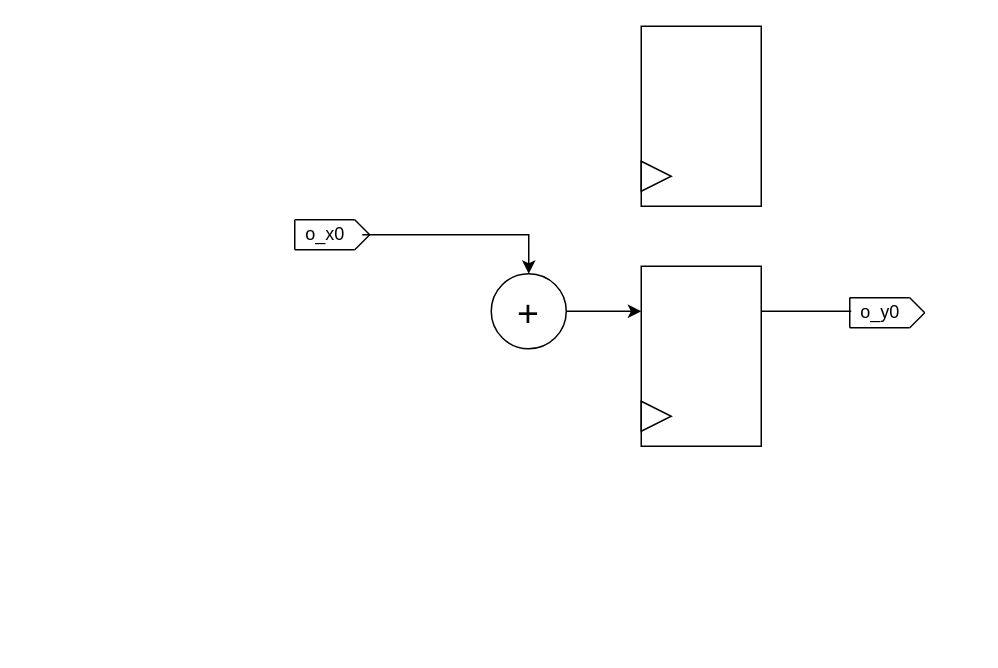
Earlier version of the draw.io diagram codigos/GP01/ej3/Untitled Diagram.drawio (ingenieriaam/DDA). Source tidied: cells renumbered, new cells numbered last; positions are measured from the earlier drawing's top-left corner, leaving out a move shared by most shapes. Both pictures are drawn from the tidied source at 150%, with x=0, y=0 at pixel (286, 26).
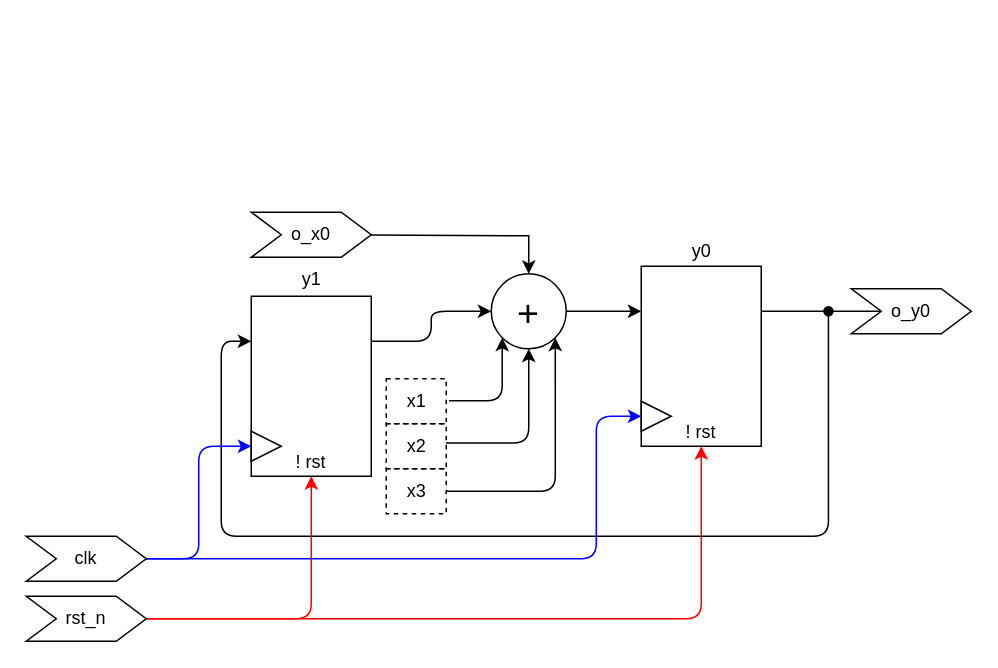
After the change.

The change refers to these unchanged cells:
```xml
<mxCell id="4" style="triangle;whiteSpace=wrap;html=1;" parent="2" vertex="1">
  <mxGeometry y="90" width="20" height="20" as="geometry" />
</mxCell>
<mxCell id="5" style="group;" parent="1" vertex="1">
  <mxGeometry x="236" y="160" width="80" height="120" as="geometry" />
</mxCell>
<mxCell id="7" style="triangle;whiteSpace=wrap;html=1;" parent="5" vertex="1">
  <mxGeometry y="90" width="20" height="20" as="geometry" />
</mxCell>
```

What changed in the source:
```diff
@@
     <mxCell id="2" style="group;" parent="1" vertex="1">
-      <mxGeometry x="236" width="80" height="120" as="geometry" />
+      <mxGeometry x="-24" y="180" width="80" height="120" as="geometry" />
     </mxCell>
-    <mxCell id="3" style="rounded=0;whiteSpace=wrap;html=1;" parent="2" vertex="1">
+    <mxCell id="3" value="&lt;br&gt;&lt;br&gt;&lt;br&gt;&lt;br&gt;&lt;br&gt;&lt;br&gt;&lt;br&gt;! rst" style="rounded=0;whiteSpace=wrap;html=1;" parent="2" vertex="1">
       <mxGeometry width="80" height="120" as="geometry" />
     </mxCell>
@@
-    <mxCell id="6" style="rounded=0;whiteSpace=wrap;html=1;" parent="5" vertex="1">
+    <mxCell id="6" value="&lt;br&gt;&lt;br&gt;&lt;br&gt;&lt;br&gt;&lt;br&gt;&lt;br&gt;&lt;br&gt;! rst" style="rounded=0;whiteSpace=wrap;html=1;" parent="5" vertex="1">
       <mxGeometry width="80" height="120" as="geometry" />
     </mxCell>
@@
-    <mxCell id="8" style="edgeStyle=orthogonalEdgeStyle;rounded=0;jettySize=auto;html=1;exitX=1;exitY=0.25;exitDx=0;exitDy=0;endArrow=none;endFill=0;" parent="1" edge="1" source="6">
-      <mxGeometry relative="1" as="geometry">
-        <mxPoint x="376" y="190" as="targetPoint" />
-      </mxGeometry>
+    <mxCell id="8" style="edgeStyle=orthogonalEdgeStyle;rounded=0;jettySize=auto;html=1;exitX=1;exitY=0.25;exitDx=0;exitDy=0;endArrow=none;endFill=0;entryX=0;entryY=0.5;entryDx=0;entryDy=0;" parent="1" edge="1" source="6" target="16">
+      <mxGeometry relative="1" as="geometry" />
     </mxCell>
-    <mxCell id="9" style="group;" parent="1" vertex="1">
-      <mxGeometry x="370" y="176" width="55" height="30" as="geometry" />
-    </mxCell>
-    <mxCell id="10" style="group;" parent="9" vertex="1">
-      <mxGeometry x="5" y="5" width="50" height="20" as="geometry" />
-    </mxCell>
-    <mxCell id="11" style="endArrow=none;html=1;rounded=0;" parent="10" edge="1">
-      <mxGeometry relative="1" as="geometry">
-        <mxPoint as="sourcePoint" />
-        <mxPoint x="40" as="targetPoint" />
-      </mxGeometry>
-    </mxCell>
-    <mxCell id="12" style="endArrow=none;html=1;rounded=0;" parent="10" edge="1">
-      <mxGeometry relative="1" as="geometry">
-        <mxPoint y="20" as="sourcePoint" />
-        <mxPoint x="40" y="20" as="targetPoint" />
-      </mxGeometry>
-    </mxCell>
-    <mxCell id="13" style="endArrow=none;html=1;rounded=0;" parent="10" edge="1">
-      <mxGeometry relative="1" as="geometry">
-        <mxPoint x="50" y="10" as="sourcePoint" />
-        <mxPoint x="40" as="targetPoint" />
-      </mxGeometry>
-    </mxCell>
-    <mxCell id="14" style="endArrow=none;html=1;rounded=0;" parent="10" edge="1">
-      <mxGeometry relative="1" as="geometry">
-        <mxPoint x="40" y="20" as="sourcePoint" />
-        <mxPoint x="50" y="10" as="targetPoint" />
-      </mxGeometry>
-    </mxCell>
-    <mxCell id="15" style="endArrow=none;html=1;rounded=0;" parent="10" edge="1">
-      <mxGeometry relative="1" as="geometry">
-        <mxPoint y="20" as="sourcePoint" />
-        <mxPoint as="targetPoint" />
-      </mxGeometry>
-    </mxCell>
+    <mxCell id="17" style="edgeStyle=orthogonalEdgeStyle;rounded=0;jettySize=auto;html=1;exitX=1;exitY=0.5;exitDx=0;exitDy=0;endArrow=classic;endFill=1;entryX=0;entryY=0.25;entryDx=0;entryDy=0;" parent="1" edge="1" source="18" target="6">
+      <mxGeometry relative="1" as="geometry" />
+    </mxCell>
+    <mxCell id="28" style="edgeStyle=orthogonalEdgeStyle;rounded=1;jettySize=auto;html=1;exitX=0.5;exitY=1;exitDx=0;exitDy=0;fontSize=12;startArrow=classic;startFill=1;endArrow=none;endFill=0;elbow=vertical;entryX=0.995;entryY=0.427;entryDx=0;entryDy=0;entryPerimeter=0;" parent="1" edge="1" source="18" target="35">
+      <mxGeometry relative="1" as="geometry" />
+    </mxCell>
+    <mxCell id="29" style="rounded=1;jettySize=auto;html=1;exitX=0;exitY=1;exitDx=0;exitDy=0;fontSize=12;startArrow=classic;startFill=1;endArrow=none;endFill=0;elbow=vertical;edgeStyle=orthogonalEdgeStyle;entryX=1.045;entryY=0.487;entryDx=0;entryDy=0;entryPerimeter=0;" parent="1" edge="1" source="18" target="34">
+      <mxGeometry relative="1" as="geometry">
+        <Array as="points">
+          <mxPoint x="143" y="250" />
+        </Array>
+      </mxGeometry>
+    </mxCell>
+    <mxCell id="18" value="&lt;font style=&quot;font-size: 25px;&quot;&gt;+&lt;/font&gt;" style="ellipse;whiteSpace=wrap;html=1;" parent="1" vertex="1">
+      <mxGeometry x="136" y="165" width="50" height="50" as="geometry" />
+    </mxCell>
+    <mxCell id="27" style="edgeStyle=orthogonalEdgeStyle;rounded=0;jettySize=auto;html=1;entryX=0.5;entryY=0;entryDx=0;entryDy=0;fontSize=12;endArrow=classic;endFill=1;exitX=1.08;exitY=0.507;exitDx=0;exitDy=0;exitPerimeter=0;" parent="1" edge="1" target="18">
+      <mxGeometry relative="1" as="geometry">
+        <mxPoint x="54" y="139.2" as="sourcePoint" />
+      </mxGeometry>
+    </mxCell>
+    <mxCell id="30" value="y0" style="text;html=1;align=center;verticalAlign=middle;strokeColor=none;fillColor=none;fontSize=12;" parent="1" vertex="1">
+      <mxGeometry x="256" y="135" width="40" height="30" as="geometry" />
+    </mxCell>
+    <mxCell id="31" value="y1" style="text;html=1;align=center;verticalAlign=middle;strokeColor=none;fillColor=none;fontSize=12;" parent="1" vertex="1">
+      <mxGeometry x="-4" y="154" width="40" height="30" as="geometry" />
+    </mxCell>
+    <mxCell id="32" style="edgeStyle=orthogonalEdgeStyle;rounded=1;jettySize=auto;html=1;exitX=1;exitY=0.25;exitDx=0;exitDy=0;entryX=0;entryY=0.5;entryDx=0;entryDy=0;fontSize=12;endArrow=classic;endFill=1;elbow=vertical;" parent="1" edge="1" source="3" target="18">
+      <mxGeometry relative="1" as="geometry" />
+    </mxCell>
+    <mxCell id="33" style="edgeStyle=orthogonalEdgeStyle;rounded=1;jettySize=auto;html=1;exitX=0;exitY=0.25;exitDx=0;exitDy=0;fontSize=12;endArrow=oval;endFill=1;startArrow=classic;startFill=1;" parent="1" edge="1" source="3">
+      <mxGeometry relative="1" as="geometry">
+        <mxPoint x="360.8" y="190" as="targetPoint" />
+        <Array as="points">
+          <mxPoint x="-44" y="210" />
+          <mxPoint x="-44" y="340" />
+          <mxPoint x="361" y="340" />
+        </Array>
+      </mxGeometry>
+    </mxCell>
+    <mxCell id="26" value="o_x0" style="shape=step;perimeter=stepPerimeter;whiteSpace=wrap;html=1;fixedSize=1;fontSize=12;" parent="1" vertex="1">
+      <mxGeometry x="-24" y="124" width="80" height="30" as="geometry" />
+    </mxCell>
-    <mxCell id="16" value="o_y0" style="text;html=1;align=center;verticalAlign=middle;points=[];strokeColor=none;fillColor=none;" parent="9" vertex="1">
-      <mxGeometry width="50" height="30" as="geometry" />
+    <mxCell id="16" value="o_y0" style="shape=step;perimeter=stepPerimeter;whiteSpace=wrap;html=1;fixedSize=1;fontSize=12;" parent="1" vertex="1">
+      <mxGeometry x="376" y="175" width="80" height="30" as="geometry" />
     </mxCell>
-    <mxCell id="17" style="edgeStyle=orthogonalEdgeStyle;rounded=0;jettySize=auto;html=1;exitX=1;exitY=0.5;exitDx=0;exitDy=0;endArrow=classic;endFill=1;entryX=0;entryY=0.25;entryDx=0;entryDy=0;" parent="1" edge="1" source="18" target="6">
-      <mxGeometry relative="1" as="geometry" />
-    </mxCell>
-    <mxCell id="18" value="&lt;font style=&quot;font-size: 25px;&quot;&gt;+&lt;/font&gt;" style="ellipse;whiteSpace=wrap;html=1;" parent="1" vertex="1">
-      <mxGeometry x="136" y="165" width="50" height="50" as="geometry" />
-    </mxCell>
-    <mxCell id="19" style="group;" parent="1" vertex="1">
-      <mxGeometry y="124" width="55" height="30" as="geometry" />
-    </mxCell>
-    <mxCell id="20" style="group;" parent="19" vertex="1">
-      <mxGeometry x="5" y="5" width="50" height="20" as="geometry" />
-    </mxCell>
-    <mxCell id="21" style="endArrow=none;html=1;rounded=0;" parent="20" edge="1">
-      <mxGeometry relative="1" as="geometry">
-        <mxPoint as="sourcePoint" />
-        <mxPoint x="40" as="targetPoint" />
-      </mxGeometry>
-    </mxCell>
-    <mxCell id="22" style="endArrow=none;html=1;rounded=0;" parent="20" edge="1">
-      <mxGeometry relative="1" as="geometry">
-        <mxPoint y="20" as="sourcePoint" />
-        <mxPoint x="40" y="20" as="targetPoint" />
-      </mxGeometry>
-    </mxCell>
-    <mxCell id="23" style="endArrow=none;html=1;rounded=0;" parent="20" edge="1">
-      <mxGeometry relative="1" as="geometry">
-        <mxPoint x="50" y="10" as="sourcePoint" />
-        <mxPoint x="40" as="targetPoint" />
-      </mxGeometry>
-    </mxCell>
-    <mxCell id="24" style="endArrow=none;html=1;rounded=0;" parent="20" edge="1">
-      <mxGeometry relative="1" as="geometry">
-        <mxPoint x="40" y="20" as="sourcePoint" />
-        <mxPoint x="50" y="10" as="targetPoint" />
-      </mxGeometry>
-    </mxCell>
-    <mxCell id="25" style="endArrow=none;html=1;rounded=0;" parent="20" edge="1">
-      <mxGeometry relative="1" as="geometry">
-        <mxPoint y="20" as="sourcePoint" />
-        <mxPoint as="targetPoint" />
-      </mxGeometry>
-    </mxCell>
-    <mxCell id="26" value="o_x0" style="text;html=1;align=center;verticalAlign=middle;points=[];strokeColor=none;fillColor=none;" parent="19" vertex="1">
-      <mxGeometry width="50" height="30" as="geometry" />
-    </mxCell>
-    <mxCell id="27" style="edgeStyle=orthogonalEdgeStyle;rounded=0;jettySize=auto;html=1;entryX=0.5;entryY=0;entryDx=0;entryDy=0;fontSize=12;endArrow=classic;endFill=1;" parent="1" edge="1" source="26" target="18">
-      <mxGeometry relative="1" as="geometry" />
-    </mxCell>
+    <mxCell id="34" value="x1" style="text;html=1;align=center;verticalAlign=middle;points=[];strokeColor=default;fillColor=none;fontSize=12;dashed=1;" parent="1" vertex="1">
+      <mxGeometry x="66" y="235" width="40" height="30" as="geometry" />
+    </mxCell>
+    <mxCell id="35" value="x2" style="text;html=1;align=center;verticalAlign=middle;points=[];strokeColor=default;fillColor=none;fontSize=12;dashed=1;" parent="1" vertex="1">
+      <mxGeometry x="66" y="265" width="40" height="30" as="geometry" />
+    </mxCell>
+    <mxCell id="36" style="edgeStyle=orthogonalEdgeStyle;rounded=1;jettySize=auto;html=1;entryX=1;entryY=1;entryDx=0;entryDy=0;strokeColor=#000000;fontSize=12;startArrow=none;startFill=0;endArrow=classic;endFill=1;elbow=vertical;" parent="1" edge="1" source="37" target="18">
+      <mxGeometry relative="1" as="geometry" />
+    </mxCell>
+    <mxCell id="37" value="x3" style="text;html=1;align=center;verticalAlign=middle;points=[];strokeColor=default;fillColor=none;fontSize=12;dashed=1;" parent="1" vertex="1">
+      <mxGeometry x="66" y="295" width="40" height="30" as="geometry" />
+    </mxCell>
+    <mxCell id="38" style="edgeStyle=orthogonalEdgeStyle;rounded=1;jettySize=auto;html=1;exitX=1;exitY=0.5;exitDx=0;exitDy=0;entryX=0;entryY=0.5;entryDx=0;entryDy=0;fontSize=12;startArrow=none;startFill=0;endArrow=classic;endFill=1;elbow=vertical;strokeColor=#0000FF;" parent="1" edge="1" source="40" target="4">
+      <mxGeometry relative="1" as="geometry" />
+    </mxCell>
+    <mxCell id="39" style="edgeStyle=orthogonalEdgeStyle;rounded=1;jettySize=auto;html=1;exitX=1;exitY=0.5;exitDx=0;exitDy=0;entryX=0;entryY=0.5;entryDx=0;entryDy=0;fontSize=12;startArrow=none;startFill=0;endArrow=classic;endFill=1;elbow=vertical;strokeColor=#0000FF;" parent="1" edge="1" source="40" target="7">
+      <mxGeometry relative="1" as="geometry">
+        <Array as="points">
+          <mxPoint x="206" y="355" />
+          <mxPoint x="206" y="260" />
+        </Array>
+      </mxGeometry>
+    </mxCell>
+    <mxCell id="40" value="clk" style="shape=step;perimeter=stepPerimeter;whiteSpace=wrap;html=1;fixedSize=1;fontSize=12;" parent="1" vertex="1">
+      <mxGeometry x="-174" y="340" width="80" height="30" as="geometry" />
+    </mxCell>
+    <mxCell id="41" style="edgeStyle=orthogonalEdgeStyle;rounded=1;jettySize=auto;html=1;exitX=1;exitY=0.5;exitDx=0;exitDy=0;strokeColor=#FF0000;fontSize=12;startArrow=none;startFill=0;endArrow=classic;endFill=1;elbow=vertical;entryX=0.5;entryY=1;entryDx=0;entryDy=0;" parent="1" edge="1" source="43" target="3">
+      <mxGeometry relative="1" as="geometry" />
+    </mxCell>
+    <mxCell id="42" style="edgeStyle=orthogonalEdgeStyle;rounded=1;jettySize=auto;html=1;exitX=1;exitY=0.5;exitDx=0;exitDy=0;entryX=0.5;entryY=1;entryDx=0;entryDy=0;strokeColor=#FF0000;fontSize=12;startArrow=none;startFill=0;endArrow=classic;endFill=1;elbow=vertical;" parent="1" edge="1" source="43" target="6">
+      <mxGeometry relative="1" as="geometry" />
+    </mxCell>
+    <mxCell id="43" value="rst_n" style="shape=step;perimeter=stepPerimeter;whiteSpace=wrap;html=1;fixedSize=1;fontSize=12;" parent="1" vertex="1">
+      <mxGeometry x="-174" y="380" width="80" height="30" as="geometry" />
+    </mxCell>
```
